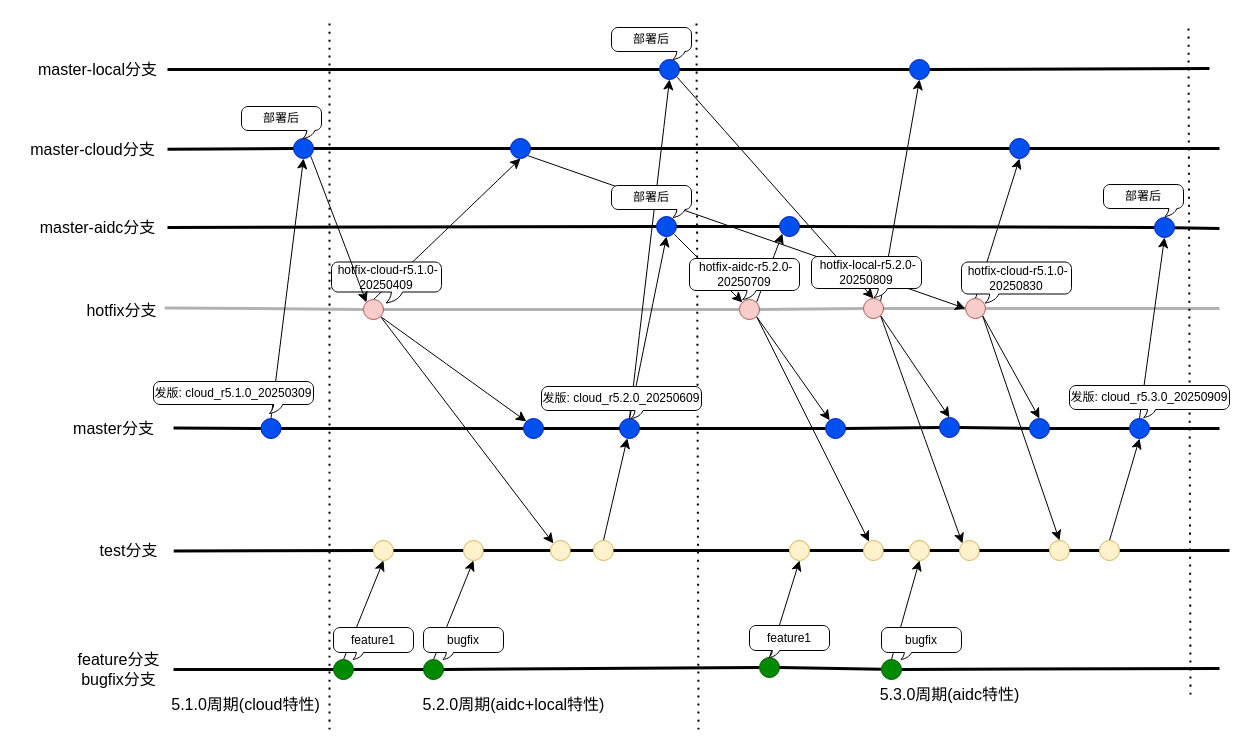
This is page "Page-2" (2 of 4) of 规范/公有云和智算中心分支流程.drawio from paochiang/draw, a draw.io file, before an edit. Source tidied: cells renumbered, new cells numbered last; positions are measured from the earlier drawing's top-left corner, leaving out a move shared by most shapes. Both pictures are drawn from the tidied source at 100%, with x=0, y=0 at pixel (17, 18).
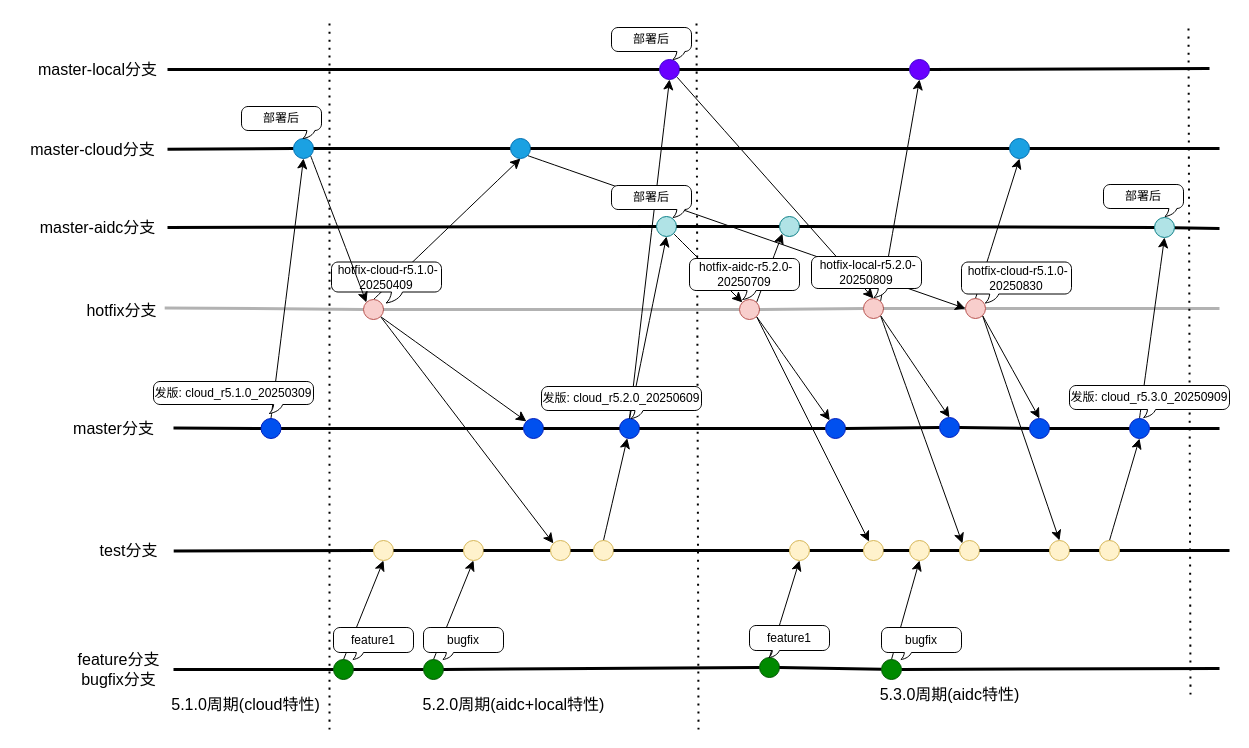
The same diagram, later.

Diff of the diagram source:
```diff
@@
-    <mxCell id="61" style="ellipse;whiteSpace=wrap;html=1;fillColor=#0050ef;strokeColor=#001DBC;fontColor=#ffffff;" parent="1" vertex="1">
+    <mxCell id="61" style="ellipse;whiteSpace=wrap;html=1;fillColor=#1ba1e2;strokeColor=#006EAF;fontColor=#ffffff;" parent="1" vertex="1">
       <mxGeometry x="276" y="120" width="20" height="20" as="geometry" />
     </mxCell>
@@
-    <mxCell id="66" style="ellipse;whiteSpace=wrap;html=1;fillColor=#0050ef;strokeColor=#001DBC;fontColor=#ffffff;" parent="1" vertex="1">
+    <mxCell id="66" style="ellipse;whiteSpace=wrap;html=1;fillColor=#1ba1e2;strokeColor=#006EAF;fontColor=#ffffff;" parent="1" vertex="1">
       <mxGeometry x="493" y="120" width="20" height="20" as="geometry" />
     </mxCell>
@@
-    <mxCell id="69" style="ellipse;whiteSpace=wrap;html=1;fillColor=#0050ef;strokeColor=#001DBC;fontColor=#ffffff;" parent="1" vertex="1">
+    <mxCell id="69" style="ellipse;whiteSpace=wrap;html=1;fillColor=#b0e3e6;strokeColor=#0e8088;" parent="1" vertex="1">
       <mxGeometry x="639" y="198" width="20" height="20" as="geometry" />
     </mxCell>
@@
-    <mxCell id="72" style="ellipse;whiteSpace=wrap;html=1;fillColor=#0050ef;strokeColor=#001DBC;fontColor=#ffffff;" parent="1" vertex="1">
+    <mxCell id="72" style="ellipse;whiteSpace=wrap;html=1;fillColor=#6a00ff;strokeColor=#3700CC;fontColor=#ffffff;" parent="1" vertex="1">
       <mxGeometry x="642" y="41" width="20" height="20" as="geometry" />
     </mxCell>
@@
-    <mxCell id="79" style="ellipse;whiteSpace=wrap;html=1;fillColor=#0050ef;strokeColor=#001DBC;fontColor=#ffffff;" parent="1" vertex="1">
+    <mxCell id="79" style="ellipse;whiteSpace=wrap;html=1;fillColor=#b0e3e6;strokeColor=#0e8088;" parent="1" vertex="1">
       <mxGeometry x="762" y="198" width="20" height="20" as="geometry" />
     </mxCell>
@@
-    <mxCell id="83" style="ellipse;whiteSpace=wrap;html=1;fillColor=#0050ef;strokeColor=#001DBC;fontColor=#ffffff;" parent="1" vertex="1">
+    <mxCell id="83" style="ellipse;whiteSpace=wrap;html=1;fillColor=#1ba1e2;strokeColor=#006EAF;fontColor=#ffffff;" parent="1" vertex="1">
       <mxGeometry x="992" y="120" width="20" height="20" as="geometry" />
     </mxCell>
@@
-    <mxCell id="101" style="ellipse;whiteSpace=wrap;html=1;fillColor=#0050ef;strokeColor=#001DBC;fontColor=#ffffff;" parent="1" vertex="1">
+    <mxCell id="101" style="ellipse;whiteSpace=wrap;html=1;fillColor=#6a00ff;strokeColor=#3700CC;fontColor=#ffffff;" parent="1" vertex="1">
       <mxGeometry x="892" y="41" width="20" height="20" as="geometry" />
     </mxCell>
@@
-    <mxCell id="115" style="ellipse;whiteSpace=wrap;html=1;fillColor=#0050ef;strokeColor=#001DBC;fontColor=#ffffff;" parent="1" vertex="1">
+    <mxCell id="115" style="ellipse;whiteSpace=wrap;html=1;fillColor=#b0e3e6;strokeColor=#0e8088;" parent="1" vertex="1">
       <mxGeometry x="1137" y="199" width="20" height="20" as="geometry" />
     </mxCell>
```
